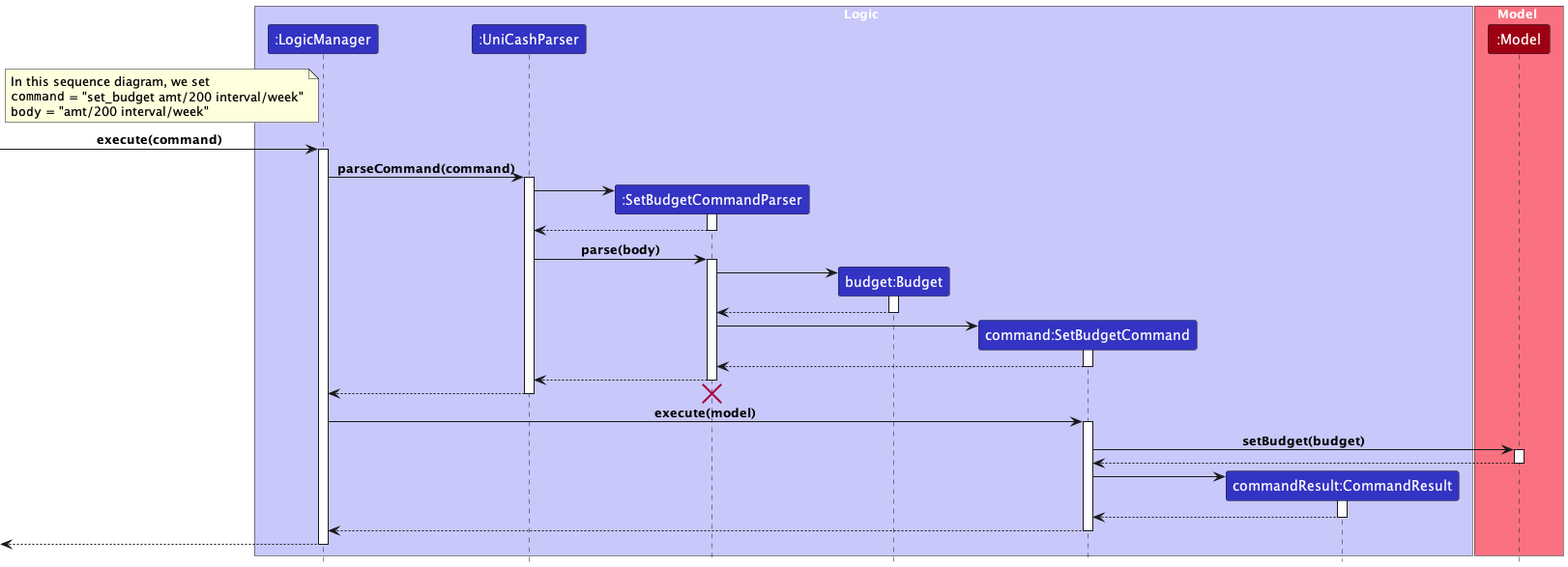
Above: docs/images/unicash/budget-management/SetBudgetSequenceDiagram.png in woojiahao/tp (PlantUML), before the change. The source it was exported from:
```plantuml
@startuml
!include ../../style.puml

skinparam noteTextAlignment left

box Logic LOGIC_COLOR_T1
participant ":LogicManager" as LogicManager LOGIC_COLOR
participant ":UniCashParser" as UniCashParser LOGIC_COLOR
participant ":SetBudgetCommandParser" as SetBudgetCommandParser LOGIC_COLOR
participant "budget:Budget" as Budget LOGIC_COLOR
participant "command:SetBudgetCommand" as SetBudgetCommand LOGIC_COLOR
participant "commandResult:CommandResult" as CommandResult LOGIC_COLOR


end box

box Model MODEL_COLOR_T1
participant ":Model" as Model MODEL_COLOR
end box

note left LogicManager
In this sequence diagram, we set
""command"" = "set_budget amt/200 interval/week"
""body"" = "amt/200 interval/week"
end note

[-> LogicManager : execute(command)
activate LogicManager

LogicManager -> UniCashParser : parseCommand(command)
activate UniCashParser

create SetBudgetCommandParser
UniCashParser -> SetBudgetCommandParser
activate SetBudgetCommandParser

SetBudgetCommandParser --> UniCashParser
deactivate SetBudgetCommandParser

UniCashParser -> SetBudgetCommandParser : parse(body)
activate SetBudgetCommandParser

create Budget
SetBudgetCommandParser -> Budget
activate Budget
Budget --> SetBudgetCommandParser
deactivate Budget

create SetBudgetCommand
SetBudgetCommandParser -> SetBudgetCommand
activate SetBudgetCommand
SetBudgetCommand --> SetBudgetCommandParser
deactivate SetBudgetCommand

SetBudgetCommandParser --> UniCashParser
deactivate SetBudgetCommandParser

UniCashParser --> LogicManager
deactivate UniCashParser
destroy SetBudgetCommandParser

LogicManager -> SetBudgetCommand : execute(model)
activate SetBudgetCommand

SetBudgetCommand -> Model : setBudget(budget)
activate Model
Model --> SetBudgetCommand
deactivate Model

create CommandResult
SetBudgetCommand -> CommandResult
activate CommandResult

CommandResult --> SetBudgetCommand
deactivate CommandResult

SetBudgetCommand --> LogicManager
deactivate SetBudgetCommand

[<--LogicManager
deactivate LogicManager
@enduml
```
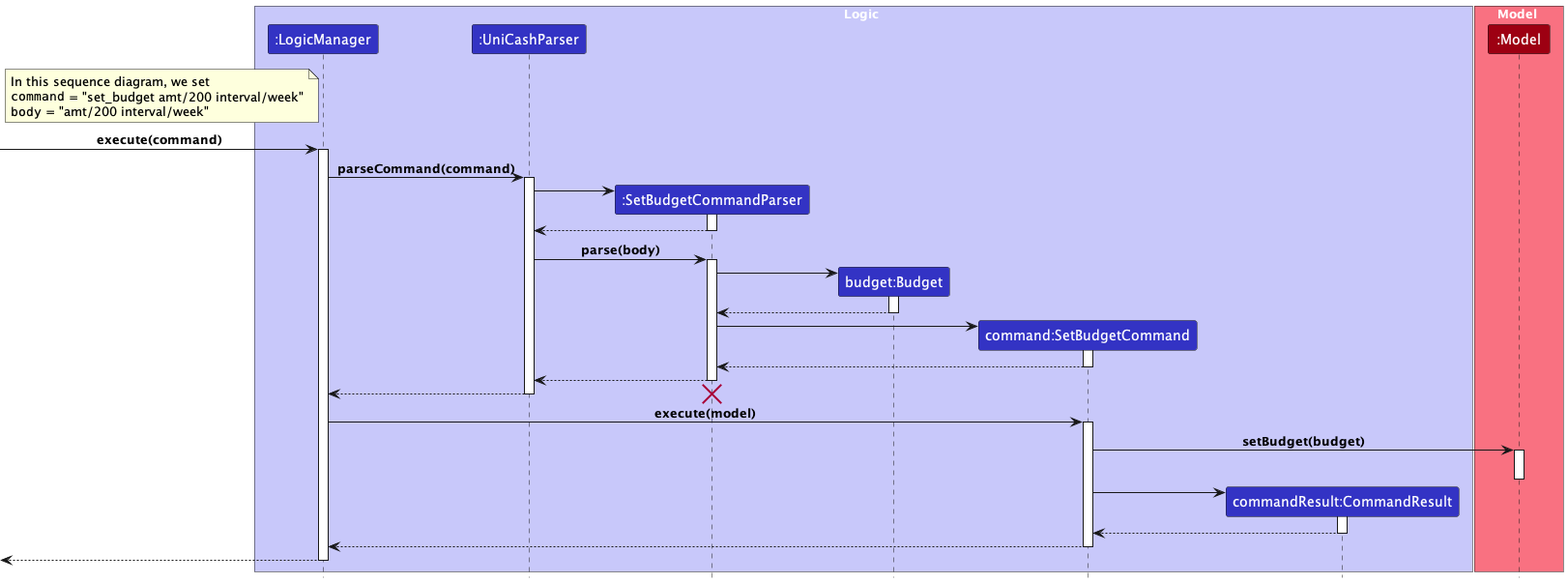
The same diagram one commit later.

Change to the diagram source:
```diff
@@ -64,7 +64,6 @@
 
 SetBudgetCommand -> Model : setBudget(budget)
 activate Model
-Model --> SetBudgetCommand
 deactivate Model
 
 create CommandResult
```
